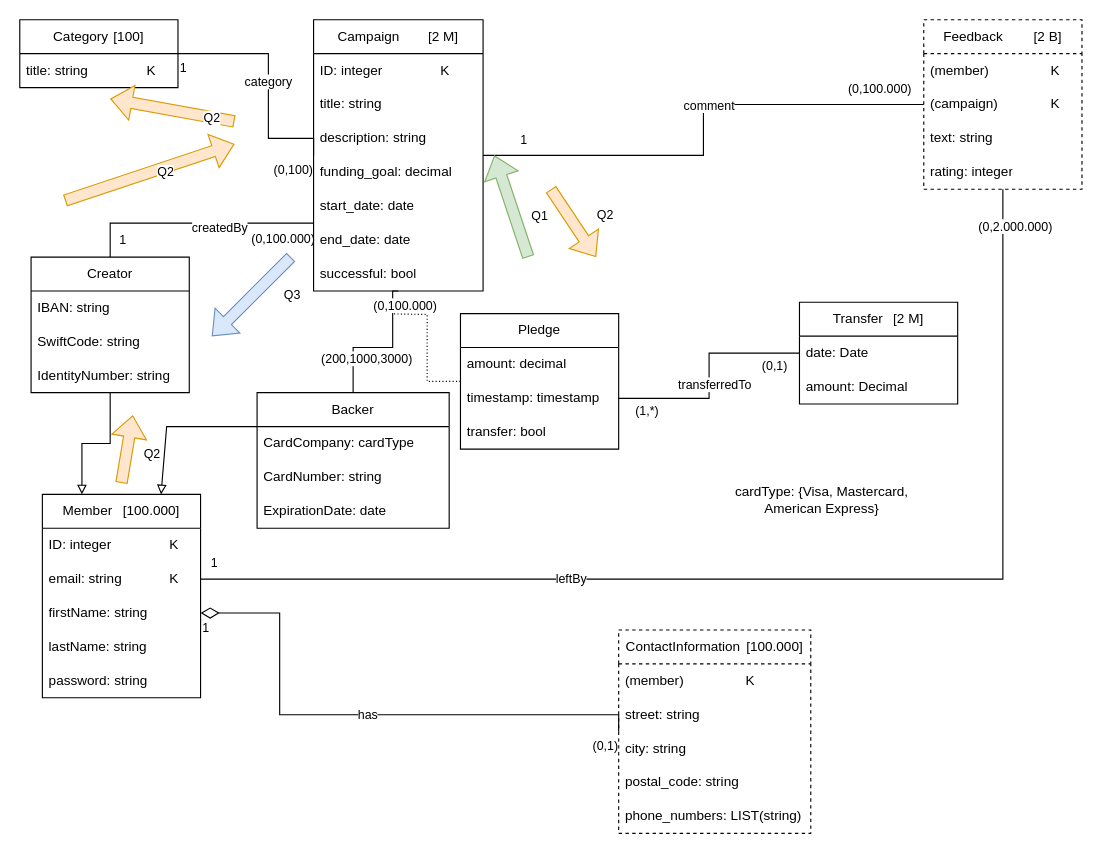
Above: assignment-1/uml_modified.drawio in echo85/new-generation-data-models-dbmss-course (draw.io), before the change. Source tidied: cells renumbered, new cells numbered last; positions are measured from the earlier drawing's top-left corner, leaving out a move shared by most shapes. Both pictures are drawn from the tidied source at 113%, with x=0, y=0 at pixel (19, 19).
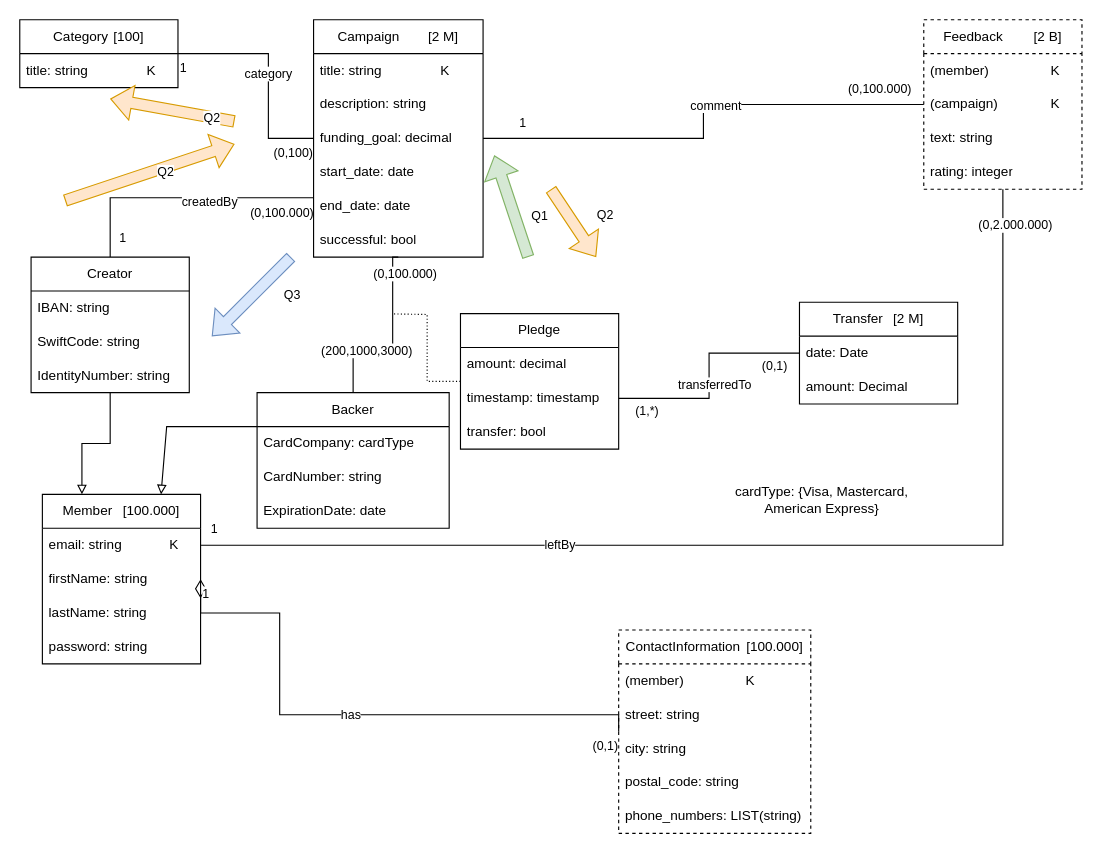
After the change.

Diff of the diagram source:
```diff
@@
     <mxCell id="11" value="Member&lt;span style=&quot;white-space: pre;&quot;&gt;&#9;&lt;/span&gt;[100.000]" style="swimlane;fontStyle=0;horizontal=1;startSize=30;whiteSpace=wrap;html=1;" parent="1" vertex="1">
-      <mxGeometry x="20" y="420" width="140" height="180" as="geometry" />
+      <mxGeometry x="20" y="420" width="140" height="150" as="geometry" />
     </mxCell>
-    <mxCell id="12" value="ID: integer&lt;span style=&quot;white-space: pre;&quot;&gt;&#9;&lt;/span&gt;&lt;span style=&quot;white-space: pre;&quot;&gt;&#9;&lt;/span&gt;K" style="text;strokeColor=none;fillColor=none;align=left;verticalAlign=middle;spacingLeft=4;spacingRight=4;overflow=hidden;whiteSpace=wrap;html=1;" parent="11" vertex="1">
-      <mxGeometry y="30" width="140" height="30" as="geometry" />
-    </mxCell>
     <mxCell id="13" value="email: string&lt;span style=&quot;white-space: pre;&quot;&gt;&#9;&lt;/span&gt;&lt;span style=&quot;white-space: pre;&quot;&gt;&#9;&lt;/span&gt;K" style="text;strokeColor=none;fillColor=none;align=left;verticalAlign=middle;spacingLeft=4;spacingRight=4;overflow=hidden;points=[[0,0.5],[1,0.5]];portConstraint=eastwest;whiteSpace=wrap;html=1;" parent="11" vertex="1">
-      <mxGeometry y="60" width="140" height="30" as="geometry" />
+      <mxGeometry y="30" width="140" height="30" as="geometry" />
     </mxCell>
     <mxCell id="14" value="firstName: string&lt;span style=&quot;white-space: pre;&quot;&gt;&#9;&lt;/span&gt;" style="text;strokeColor=none;fillColor=none;align=left;verticalAlign=middle;spacingLeft=4;spacingRight=4;overflow=hidden;points=[[0,0.5],[1,0.5]];portConstraint=eastwest;whiteSpace=wrap;html=1;" parent="11" vertex="1">
-      <mxGeometry y="90" width="140" height="30" as="geometry" />
+      <mxGeometry y="60" width="140" height="30" as="geometry" />
     </mxCell>
     <mxCell id="15" value="lastName: string&lt;span style=&quot;white-space: pre;&quot;&gt;&#9;&lt;/span&gt;" style="text;strokeColor=none;fillColor=none;align=left;verticalAlign=middle;spacingLeft=4;spacingRight=4;overflow=hidden;whiteSpace=wrap;html=1;" parent="11" vertex="1">
-      <mxGeometry y="120" width="140" height="30" as="geometry" />
+      <mxGeometry y="90" width="140" height="30" as="geometry" />
     </mxCell>
     <mxCell id="16" value="password: string" style="text;strokeColor=none;fillColor=none;align=left;verticalAlign=middle;spacingLeft=4;spacingRight=4;overflow=hidden;whiteSpace=wrap;html=1;" parent="11" vertex="1">
-      <mxGeometry y="150" width="140" height="30" as="geometry" />
+      <mxGeometry y="120" width="140" height="30" as="geometry" />
     </mxCell>
@@
     <mxCell id="25" value="Campaign&lt;span style=&quot;white-space: pre;&quot;&gt;&#9;&lt;/span&gt;[2 M]" style="swimlane;fontStyle=0;horizontal=1;startSize=30;whiteSpace=wrap;html=1;" parent="1" vertex="1">
-      <mxGeometry x="260" width="150" height="240" as="geometry" />
+      <mxGeometry x="260" width="150" height="210" as="geometry" />
     </mxCell>
-    <mxCell id="26" value="ID: integer&lt;span style=&quot;white-space: pre;&quot;&gt;&#9;&lt;/span&gt;&lt;span style=&quot;white-space: pre;&quot;&gt;&#9;&lt;/span&gt;K" style="text;strokeColor=none;fillColor=none;align=left;verticalAlign=middle;spacingLeft=4;spacingRight=4;overflow=hidden;whiteSpace=wrap;html=1;" parent="25" vertex="1">
-      <mxGeometry y="30" width="150" height="30" as="geometry" />
-    </mxCell>
-    <mxCell id="27" value="title: string&lt;span style=&quot;white-space: pre;&quot;&gt;&#9;&lt;/span&gt;&lt;span style=&quot;white-space: pre;&quot;&gt;&#9;&lt;/span&gt;" style="text;strokeColor=none;fillColor=none;align=left;verticalAlign=middle;spacingLeft=4;spacingRight=4;overflow=hidden;whiteSpace=wrap;html=1;" parent="25" vertex="1">
-      <mxGeometry y="60" width="150" height="30" as="geometry" />
+    <mxCell id="27" value="title: string&lt;span style=&quot;white-space: pre;&quot;&gt;&#9;&lt;/span&gt;&lt;span style=&quot;white-space: pre;&quot;&gt;&#9;&lt;/span&gt;K" style="text;strokeColor=none;fillColor=none;align=left;verticalAlign=middle;spacingLeft=4;spacingRight=4;overflow=hidden;whiteSpace=wrap;html=1;" parent="25" vertex="1">
+      <mxGeometry y="30" width="150" height="30" as="geometry" />
     </mxCell>
     <mxCell id="28" value="description: string" style="text;strokeColor=none;fillColor=none;align=left;verticalAlign=middle;spacingLeft=4;spacingRight=4;overflow=hidden;whiteSpace=wrap;html=1;" parent="25" vertex="1">
-      <mxGeometry y="90" width="150" height="30" as="geometry" />
+      <mxGeometry y="60" width="150" height="30" as="geometry" />
     </mxCell>
     <mxCell id="29" value="funding_goal: decimal" style="text;strokeColor=none;fillColor=none;align=left;verticalAlign=middle;spacingLeft=4;spacingRight=4;overflow=hidden;whiteSpace=wrap;html=1;" parent="25" vertex="1">
-      <mxGeometry y="120" width="150" height="30" as="geometry" />
+      <mxGeometry y="90" width="150" height="30" as="geometry" />
     </mxCell>
     <mxCell id="30" value="start_date: date" style="text;strokeColor=none;fillColor=none;align=left;verticalAlign=middle;spacingLeft=4;spacingRight=4;overflow=hidden;whiteSpace=wrap;html=1;" parent="25" vertex="1">
-      <mxGeometry y="150" width="150" height="30" as="geometry" />
+      <mxGeometry y="120" width="150" height="30" as="geometry" />
     </mxCell>
     <mxCell id="31" value="end_date: date" style="text;strokeColor=none;fillColor=none;align=left;verticalAlign=middle;spacingLeft=4;spacingRight=4;overflow=hidden;whiteSpace=wrap;html=1;" parent="25" vertex="1">
-      <mxGeometry y="180" width="150" height="30" as="geometry" />
+      <mxGeometry y="150" width="150" height="30" as="geometry" />
     </mxCell>
     <mxCell id="32" value="successful: bool" style="text;strokeColor=none;fillColor=none;align=left;verticalAlign=middle;spacingLeft=4;spacingRight=4;overflow=hidden;whiteSpace=wrap;html=1;" parent="25" vertex="1">
-      <mxGeometry y="210" width="150" height="30" as="geometry" />
+      <mxGeometry y="180" width="150" height="30" as="geometry" />
     </mxCell>
@@
-    <mxCell id="83" style="shape=flexArrow;endArrow=classic;html=1;rounded=0;fillColor=#ffe6cc;strokeColor=#d79b00;shadow=0;" parent="1" edge="1">
-      <mxGeometry relative="1" as="geometry">
-        <mxPoint x="90" y="410" as="sourcePoint" />
-        <mxPoint x="100" y="350" as="targetPoint" />
-      </mxGeometry>
-    </mxCell>
-    <mxCell id="84" value="Q2" style="edgeLabel;html=1;align=center;verticalAlign=middle;" parent="83" vertex="1">
-      <mxGeometry x="-0.16" y="5" relative="1" as="geometry">
-        <mxPoint x="27" as="offset" />
-      </mxGeometry>
-    </mxCell>
```
